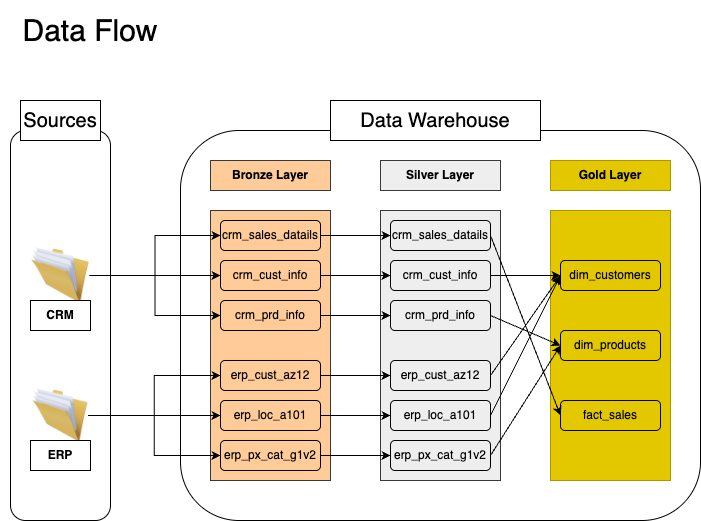
TonyTang222/sql-data-warehouse-project keeps this draw.io diagram as docs/data_flow.png. Above is the earlier version. Source tidied: cells renumbered, new cells last; positions are measured from the earlier drawing's top-left corner, leaving out a move shared by most shapes.
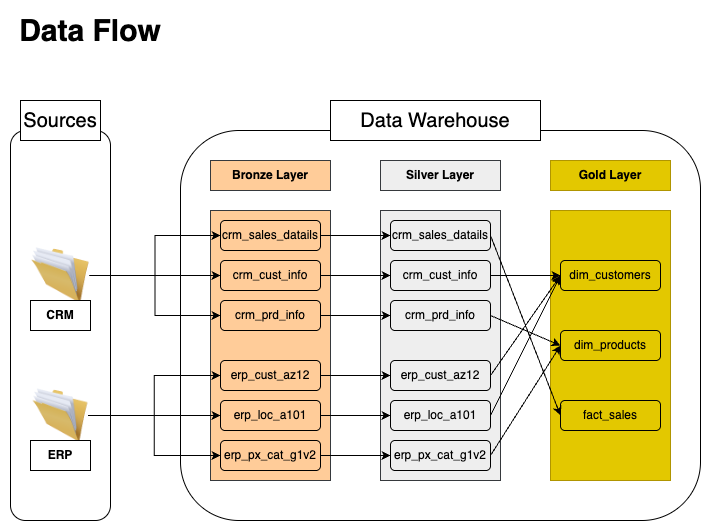
After the commit.

Change to the diagram source:
```diff
@@ -143,7 +143,7 @@
     <mxCell id="48" style="endArrow=classic;html=1;rounded=0;exitX=1;exitY=0.5;exitDx=0;exitDy=0;entryX=0;entryY=0.5;entryDx=0;entryDy=0;" parent="1" edge="1" source="39" target="41">
       <mxGeometry relative="1" as="geometry" />
     </mxCell>
-    <mxCell id="49" value="&lt;font style=&quot;font-size: 30px;&quot;&gt;Data Flow&lt;/font&gt;" style="whiteSpace=wrap;html=1;fillColor=none;strokeColor=none;" parent="1" vertex="1">
+    <mxCell id="49" value="&lt;font style=&quot;font-size: 30px;&quot;&gt;&lt;b&gt;Data Flow&lt;/b&gt;&lt;/font&gt;" style="whiteSpace=wrap;html=1;fillColor=none;strokeColor=none;" parent="1" vertex="1">
       <mxGeometry width="180" height="60" as="geometry" />
     </mxCell>
   </root>
```
